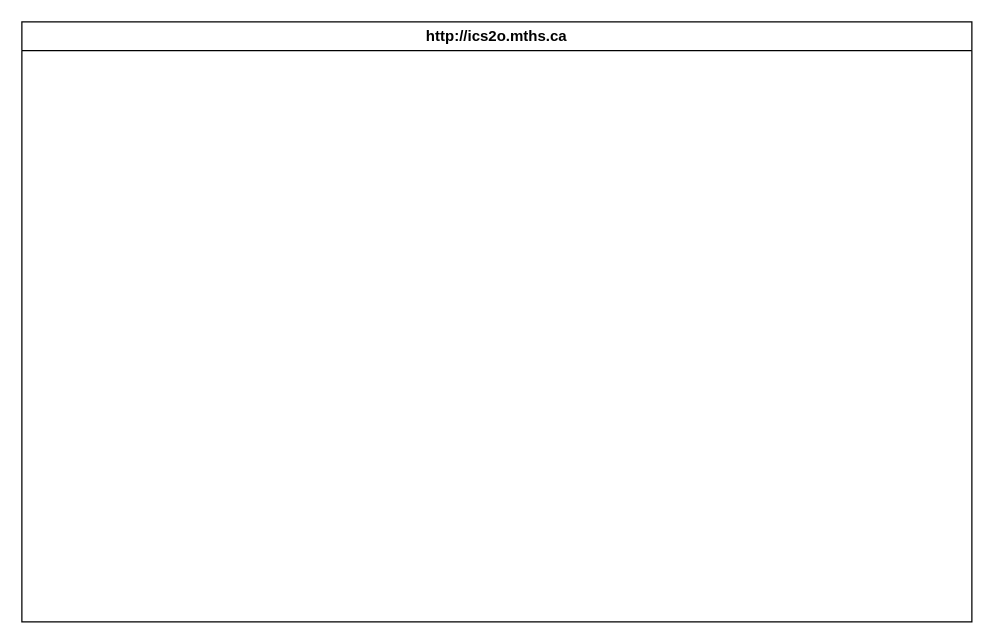
Earlier version of the draw.io diagram design/storyboard.drawio (MTHS-ICD2O-1-2023/ICD2O-Unit-5-08-yoochan-han). Source tidied: cells renumbered, new cells numbered last; positions are measured from the earlier drawing's top-left corner, leaving out a move shared by most shapes. Both pictures are drawn from the tidied source at 125%, with x=0, y=0 at pixel (21, 21).
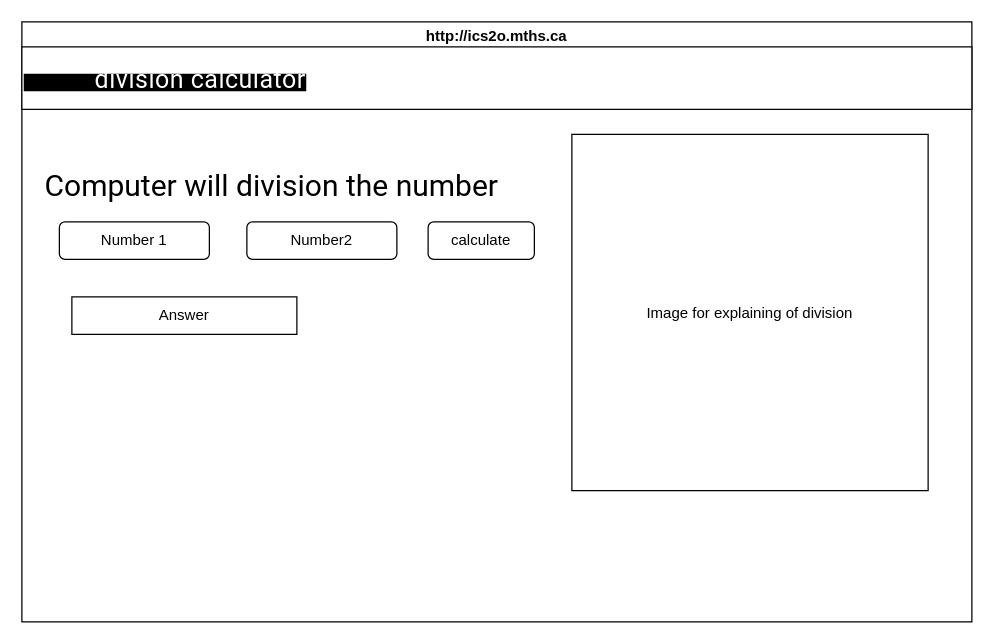
Above is the later version.

Diff of the diagram source:
```diff
@@
 <mxGraphModel>
   <root>
     <mxCell id="0" />
     <mxCell id="1" parent="0" />
-    <mxCell id="2" value="http://ics2o.mths.ca" style="swimlane;whiteSpace=wrap;html=1;" parent="1" vertex="1">
+    <mxCell id="2" value="http://ics2o.mths.ca" style="swimlane;whiteSpace=wrap;html=1;fillColor=none;strokeColor=default;" parent="1" vertex="1">
       <mxGeometry width="760" height="480" as="geometry" />
     </mxCell>
+    <mxCell id="3" value="&lt;span style=&quot;background-color: rgb(0, 0, 0);&quot;&gt;&amp;nbsp; &amp;nbsp; &amp;nbsp; &amp;nbsp; &amp;nbsp; &amp;nbsp; &amp;nbsp; &amp;nbsp; &amp;nbsp;&lt;span style=&quot;color: rgb(255, 255, 255); font-family: Roboto, Helvetica, Arial, sans-serif; font-size: 20px; letter-spacing: 0.4px;&quot;&gt;division calculator&lt;/span&gt;&lt;/span&gt;" style="rounded=0;whiteSpace=wrap;html=1;align=left;" parent="2" vertex="1">
+      <mxGeometry y="20" width="760" height="50" as="geometry" />
+    </mxCell>
+    <mxCell id="4" value="&#10;&lt;h4 style=&quot;padding: 0px; font-family: Roboto, Helvetica, Arial, sans-serif; font-weight: 400; font-size: 24px; line-height: 32px; margin: 24px 0px 16px; font-style: normal; font-variant-ligatures: normal; font-variant-caps: normal; letter-spacing: normal; orphans: 2; text-align: start; text-indent: 0px; text-transform: none; widows: 2; word-spacing: 0px; -webkit-text-stroke-width: 0px; text-decoration-thickness: initial; text-decoration-style: initial; text-decoration-color: initial;&quot;&gt;Computer will division the number&lt;/h4&gt;&#10;&#10;" style="text;html=1;strokeColor=none;fillColor=none;align=center;verticalAlign=middle;whiteSpace=wrap;rounded=0;labelBackgroundColor=none;fontColor=#000000;" parent="2" vertex="1">
+      <mxGeometry y="120" width="400" height="30" as="geometry" />
+    </mxCell>
+    <mxCell id="5" value="Number 1" style="rounded=1;whiteSpace=wrap;html=1;labelBackgroundColor=none;strokeColor=default;fontColor=#000000;fillColor=none;" parent="2" vertex="1">
+      <mxGeometry x="30" y="160" width="120" height="30" as="geometry" />
+    </mxCell>
+    <mxCell id="6" value="Number2" style="rounded=1;whiteSpace=wrap;html=1;labelBackgroundColor=none;strokeColor=default;fontColor=#000000;fillColor=none;" parent="2" vertex="1">
+      <mxGeometry x="180" y="160" width="120" height="30" as="geometry" />
+    </mxCell>
+    <mxCell id="7" value="calculate" style="rounded=1;whiteSpace=wrap;html=1;labelBackgroundColor=none;strokeColor=default;fontColor=#000000;fillColor=none;" parent="2" vertex="1">
+      <mxGeometry x="325" y="160" width="85" height="30" as="geometry" />
+    </mxCell>
+    <mxCell id="8" value="Answer" style="rounded=0;whiteSpace=wrap;html=1;labelBackgroundColor=none;strokeColor=default;fontColor=#000000;fillColor=none;" parent="2" vertex="1">
+      <mxGeometry x="40" y="220" width="180" height="30" as="geometry" />
+    </mxCell>
+    <mxCell id="9" value="Image for explaining of division" style="whiteSpace=wrap;html=1;labelBackgroundColor=none;" parent="2" vertex="1">
+      <mxGeometry x="440" y="90" width="285" height="285" as="geometry" />
+    </mxCell>
   </root>
 </mxGraphModel>
```
